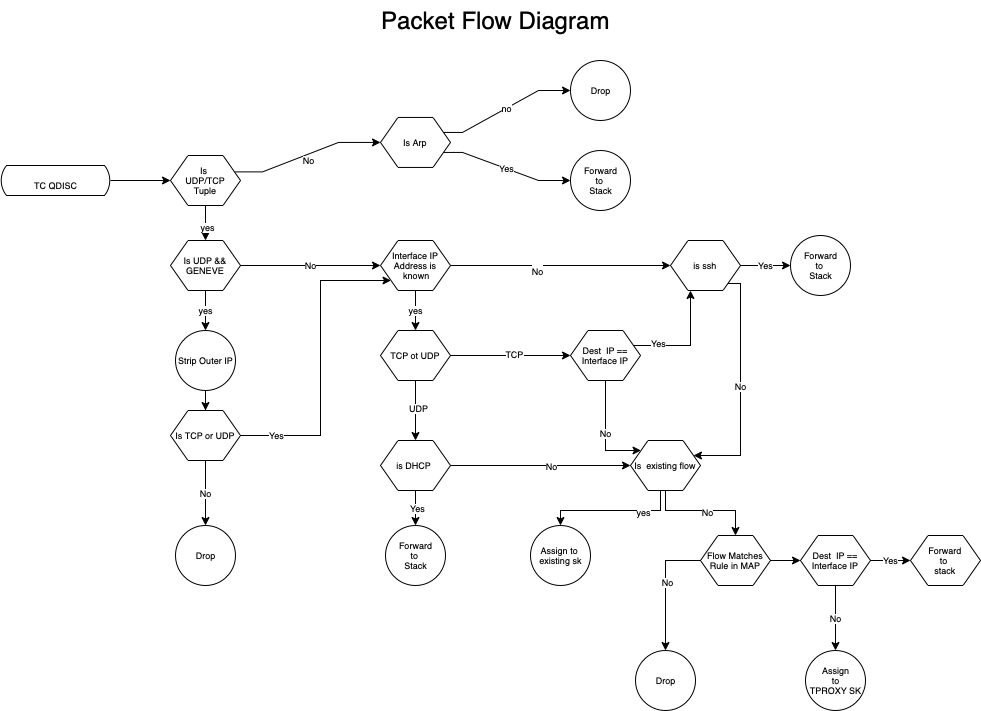
Before: packet-flow.drawio.png, a diagram exported from draw.io (r-caamano/ebpf-tproxy-splicer). Source tidied: cells renumbered, new cells last; positions are measured from the earlier drawing's top-left corner, leaving out a move shared by most shapes.
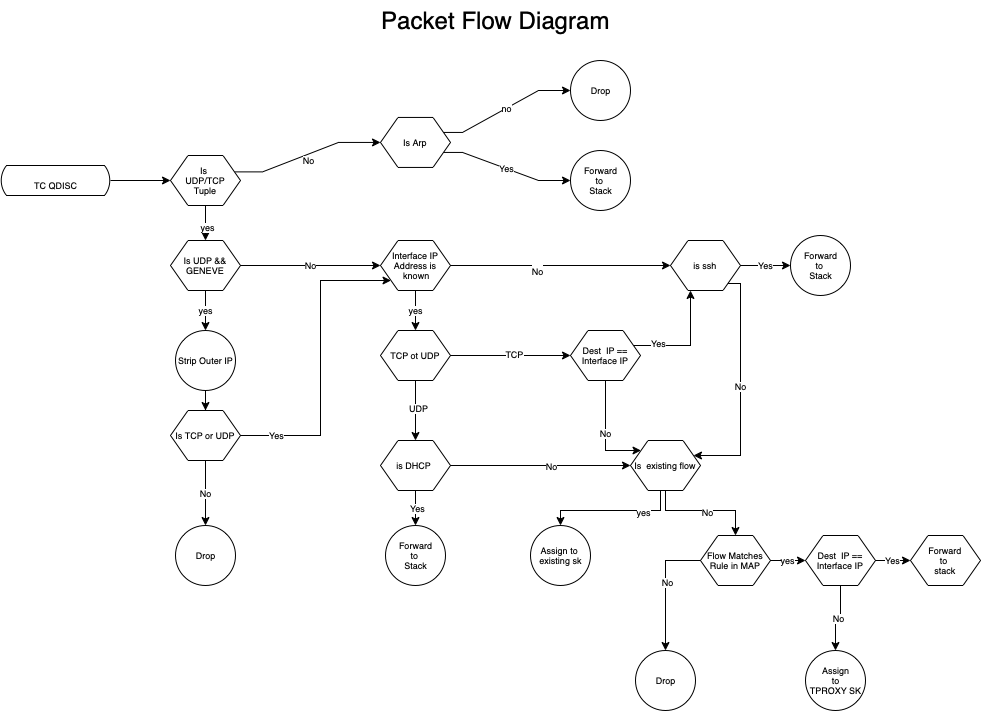
The same file after the commit.

Commit message:
added missing yes to flow diag

Change to the diagram source:
```diff
@@ -212,7 +212,7 @@
     <mxCell id="54" value="No" style="edgeLabel;html=1;align=center;verticalAlign=middle;fontSize=9;" parent="53" vertex="1">
       <mxGeometry x="-0.11" y="1" relative="1" as="geometry" />
     </mxCell>
-    <mxCell id="55" style="edgeStyle=orthogonalEdgeStyle;rounded=0;jettySize=auto;html=1;fontSize=9;" parent="1" edge="1" source="56" target="60">
+    <mxCell id="55" value="yes" style="edgeStyle=orthogonalEdgeStyle;rounded=0;jettySize=auto;html=1;fontSize=9;" parent="1" edge="1" source="56" target="60">
       <mxGeometry relative="1" as="geometry" />
     </mxCell>
     <mxCell id="56" value="Flow Matches Rule in MAP" style="shape=hexagon;perimeter=hexagonPerimeter2;whiteSpace=wrap;html=1;size=0.25;fontSize=9;" parent="1" vertex="1">
@@ -228,7 +228,7 @@
       <mxGeometry relative="1" as="geometry" />
     </mxCell>
     <mxCell id="60" value="Dest &amp;nbsp;IP == Interface IP" style="shape=hexagon;perimeter=hexagonPerimeter2;whiteSpace=wrap;html=1;size=0.25;fontSize=9;" parent="1" vertex="1">
-      <mxGeometry x="800" y="535" width="70" height="50" as="geometry" />
+      <mxGeometry x="805" y="535" width="70" height="50" as="geometry" />
     </mxCell>
     <mxCell id="61" value="Forward &lt;br&gt;to &lt;br&gt;stack" style="shape=hexagon;perimeter=hexagonPerimeter2;whiteSpace=wrap;html=1;size=0.25;fontSize=9;" parent="1" vertex="1">
       <mxGeometry x="910" y="535" width="70" height="50" as="geometry" />
```
